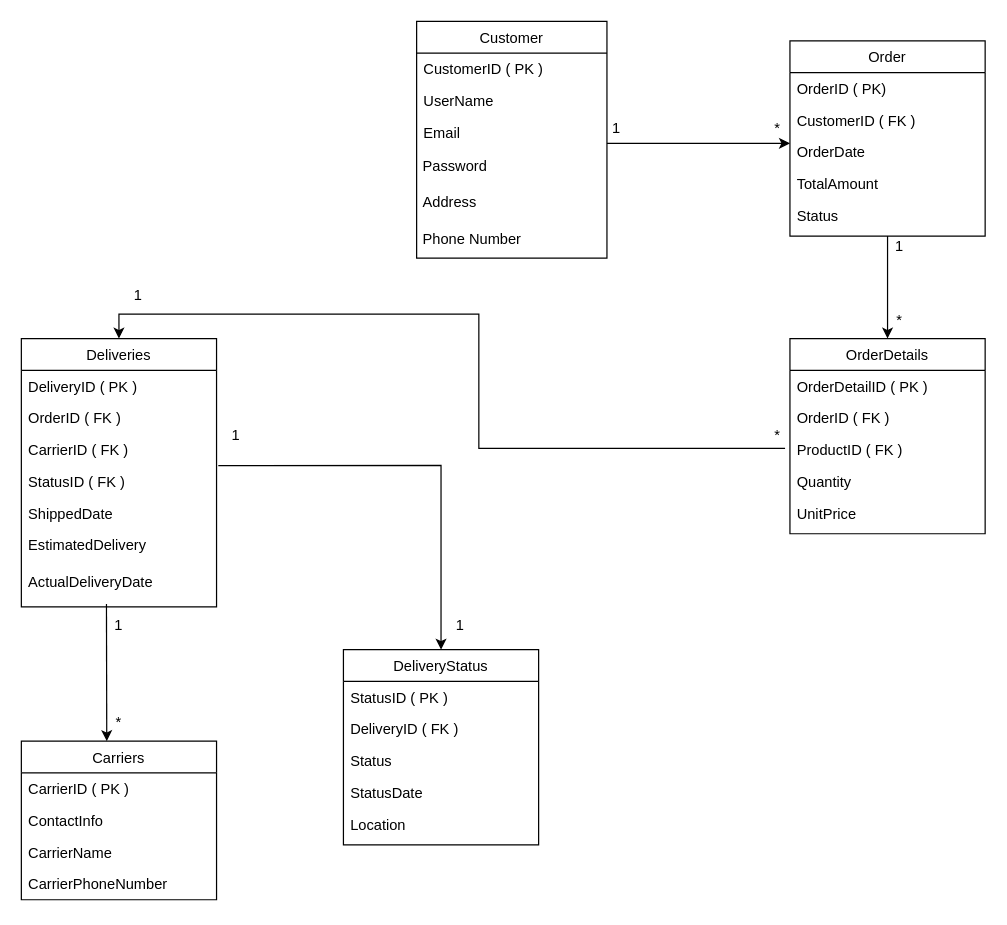
Before: Untitled Diagram.drawio in GodzillaAllen/wladoingflutterthings, a draw.io diagram. Source tidied: cells renumbered, new cells numbered last; positions are measured from the earlier drawing's top-left corner, leaving out a move shared by most shapes. Both pictures are drawn from the tidied source at 122%, with x=0, y=0 at pixel (21, 21).
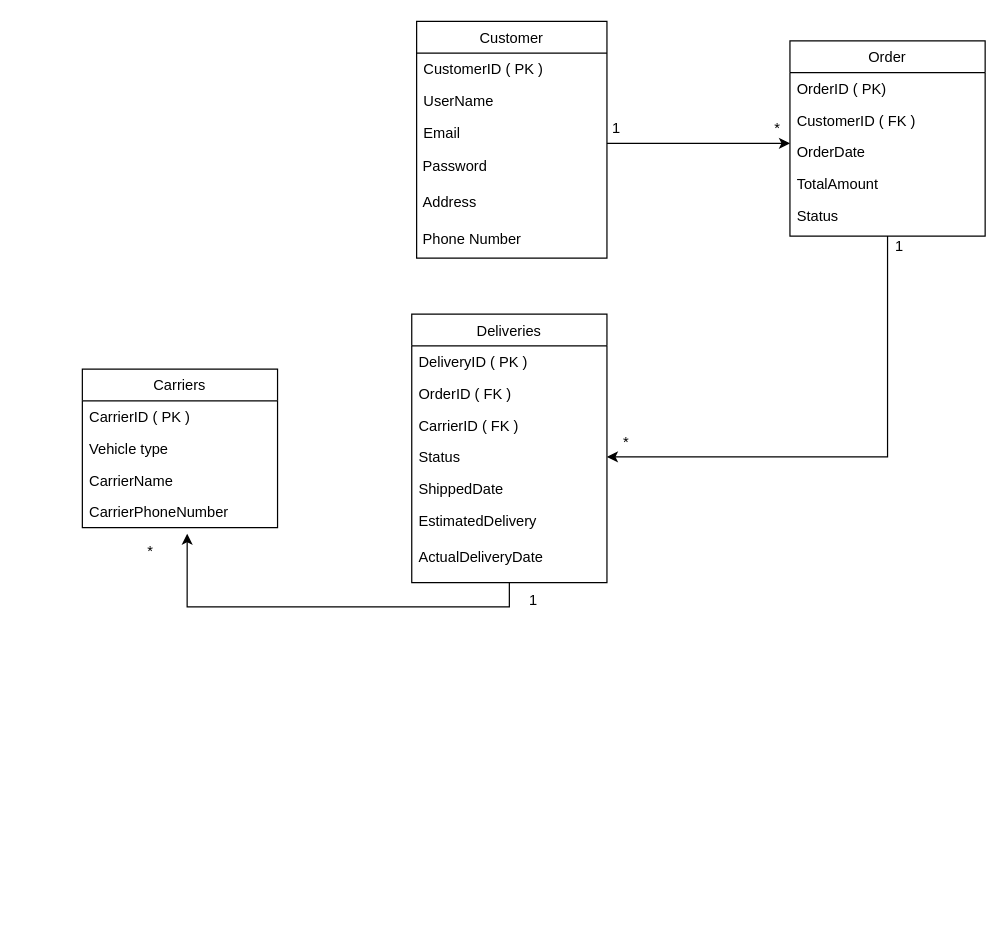
After the change.

The change refers to these unchanged cells:
```xml
<mxCell id="10" value="Order" style="swimlane;fontStyle=0;align=center;verticalAlign=top;horizontal=1;startSize=26;rounded=0;shadow=0;strokeWidth=1;" parent="1" vertex="1">
  <mxGeometry x="630" y="16" width="160" height="160" as="geometry" />
</mxCell>
<mxCell id="25" value="CarrierID ( FK )" style="text;align=left;verticalAlign=top;spacingLeft=4;spacingRight=4;overflow=hidden;points=[[0,0.5],[1,0.5]];portConstraint=eastwest;rounded=0;shadow=0;html=0;" parent="22" vertex="1">
  <mxGeometry y="78" width="160" height="26" as="geometry" />
</mxCell>
<mxCell id="29" value="ActualDeliveryDate" style="text;align=left;verticalAlign=top;spacingLeft=4;spacingRight=4;overflow=hidden;points=[[0,0.5],[1,0.5]];portConstraint=eastwest;rounded=0;shadow=0;html=0;" parent="22" vertex="1">
  <mxGeometry y="186" width="160" height="30" as="geometry" />
</mxCell>
<mxCell id="34" value="CarrierPhoneNumber" style="text;align=left;verticalAlign=top;spacingLeft=4;spacingRight=4;overflow=hidden;points=[[0,0.5],[1,0.5]];portConstraint=eastwest;rounded=0;shadow=0;html=0;" parent="30" vertex="1">
  <mxGeometry y="104" width="160" height="26" as="geometry" />
</mxCell>
```

The edit, as a diff of the source:
```diff
@@
-    <mxCell id="16" value="OrderDetails" style="swimlane;fontStyle=0;align=center;verticalAlign=top;horizontal=1;startSize=26;rounded=0;shadow=0;strokeWidth=1;" parent="1" vertex="1">
-      <mxGeometry x="630" y="260" width="160" height="160" as="geometry" />
-    </mxCell>
-    <mxCell id="17" value="OrderDetailID ( PK )" style="text;align=left;verticalAlign=top;spacingLeft=4;spacingRight=4;overflow=hidden;rounded=0;shadow=0;html=0;" parent="16" vertex="1">
-      <mxGeometry y="26" width="160" height="26" as="geometry" />
-    </mxCell>
-    <mxCell id="18" value="OrderID ( FK )" style="text;align=left;verticalAlign=top;spacingLeft=4;spacingRight=4;overflow=hidden;rounded=0;shadow=0;html=0;" parent="16" vertex="1">
-      <mxGeometry y="52" width="160" height="26" as="geometry" />
-    </mxCell>
-    <mxCell id="19" value="ProductID ( FK )" style="text;align=left;verticalAlign=top;spacingLeft=4;spacingRight=4;overflow=hidden;rounded=0;shadow=0;html=0;" parent="16" vertex="1">
-      <mxGeometry y="78" width="160" height="26" as="geometry" />
-    </mxCell>
-    <mxCell id="20" value="Quantity" style="text;align=left;verticalAlign=top;spacingLeft=4;spacingRight=4;overflow=hidden;rounded=0;shadow=0;html=0;" parent="16" vertex="1">
-      <mxGeometry y="104" width="160" height="26" as="geometry" />
-    </mxCell>
-    <mxCell id="21" value="UnitPrice" style="text;align=left;verticalAlign=top;spacingLeft=4;spacingRight=4;overflow=hidden;rounded=0;shadow=0;html=0;" parent="16" vertex="1">
-      <mxGeometry y="130" width="160" height="30" as="geometry" />
-    </mxCell>
     <mxCell id="22" value="Deliveries" style="swimlane;fontStyle=0;align=center;verticalAlign=top;horizontal=1;startSize=26;rounded=0;shadow=0;strokeWidth=1;" parent="1" vertex="1">
-      <mxGeometry y="260" width="160" height="220" as="geometry" />
+      <mxGeometry x="320" y="240" width="160" height="220" as="geometry" />
     </mxCell>
@@
-    <mxCell id="26" value="StatusID ( FK )" style="text;align=left;verticalAlign=top;spacingLeft=4;spacingRight=4;overflow=hidden;points=[[0,0.5],[1,0.5]];portConstraint=eastwest;rounded=0;shadow=0;html=0;" parent="22" vertex="1">
+    <mxCell id="26" value="Status" style="text;align=left;verticalAlign=top;spacingLeft=4;spacingRight=4;overflow=hidden;points=[[0,0.5],[1,0.5]];portConstraint=eastwest;rounded=0;shadow=0;html=0;" parent="22" vertex="1">
       <mxGeometry y="104" width="160" height="26" as="geometry" />
     </mxCell>
@@
     <mxCell id="30" value="Carriers" style="swimlane;fontStyle=0;align=center;verticalAlign=top;horizontal=1;startSize=26;rounded=0;shadow=0;strokeWidth=1;" parent="1" vertex="1">
-      <mxGeometry y="590" width="160" height="130" as="geometry" />
+      <mxGeometry x="50" y="285" width="160" height="130" as="geometry" />
     </mxCell>
@@
-    <mxCell id="32" value="ContactInfo" style="text;align=left;verticalAlign=top;spacingLeft=4;spacingRight=4;overflow=hidden;rounded=0;shadow=0;html=0;" parent="30" vertex="1">
+    <mxCell id="32" value="Vehicle type" style="text;align=left;verticalAlign=top;spacingLeft=4;spacingRight=4;overflow=hidden;rounded=0;shadow=0;html=0;" parent="30" vertex="1">
       <mxGeometry y="52" width="160" height="26" as="geometry" />
     </mxCell>
@@
-    <mxCell id="35" value="DeliveryStatus" style="swimlane;fontStyle=0;align=center;verticalAlign=top;horizontal=1;startSize=26;rounded=0;shadow=0;strokeWidth=1;" parent="1" vertex="1">
-      <mxGeometry x="264" y="515" width="160" height="160" as="geometry" />
-    </mxCell>
-    <mxCell id="36" value="StatusID ( PK )" style="text;align=left;verticalAlign=top;spacingLeft=4;spacingRight=4;overflow=hidden;rounded=0;shadow=0;html=0;" parent="35" vertex="1">
-      <mxGeometry y="26" width="160" height="26" as="geometry" />
-    </mxCell>
-    <mxCell id="37" value="DeliveryID ( FK )" style="text;align=left;verticalAlign=top;spacingLeft=4;spacingRight=4;overflow=hidden;rounded=0;shadow=0;html=0;" parent="35" vertex="1">
-      <mxGeometry y="52" width="160" height="26" as="geometry" />
-    </mxCell>
-    <mxCell id="38" value="Status" style="text;align=left;verticalAlign=top;spacingLeft=4;spacingRight=4;overflow=hidden;rounded=0;shadow=0;html=0;" parent="35" vertex="1">
-      <mxGeometry y="78" width="160" height="26" as="geometry" />
-    </mxCell>
-    <mxCell id="39" value="StatusDate" style="text;align=left;verticalAlign=top;spacingLeft=4;spacingRight=4;overflow=hidden;rounded=0;shadow=0;html=0;" parent="35" vertex="1">
-      <mxGeometry y="104" width="160" height="26" as="geometry" />
-    </mxCell>
-    <mxCell id="40" value="Location" style="text;align=left;verticalAlign=top;spacingLeft=4;spacingRight=4;overflow=hidden;rounded=0;shadow=0;html=0;" parent="35" vertex="1">
-      <mxGeometry y="130" width="160" height="30" as="geometry" />
-    </mxCell>
@@
-    <mxCell id="44" style="endArrow=classic;html=1;rounded=0;fontFamily=Helvetica;fontSize=12;fontColor=default;fontStyle=0;entryX=0.5;entryY=0;entryDx=0;entryDy=0;exitX=0.5;exitY=1;exitDx=0;exitDy=0;" parent="1" edge="1" source="10" target="16">
-      <mxGeometry relative="1" as="geometry" />
+    <mxCell id="44" style="endArrow=classic;html=1;rounded=0;fontFamily=Helvetica;fontSize=12;fontColor=default;fontStyle=0;entryX=1;entryY=0.5;entryDx=0;entryDy=0;exitX=0.5;exitY=1;exitDx=0;exitDy=0;" parent="1" edge="1" source="10" target="26">
+      <mxGeometry relative="1" as="geometry">
+        <Array as="points">
+          <mxPoint x="710" y="357" />
+        </Array>
+      </mxGeometry>
     </mxCell>
@@
-    <mxCell id="46" value="*" style="text;html=1;align=center;verticalAlign=middle;whiteSpace=wrap;rounded=0;fontFamily=Helvetica;fontSize=12;fontColor=default;fontStyle=0;" parent="1" vertex="1">
-      <mxGeometry x="690" y="230" width="60" height="30" as="geometry" />
-    </mxCell>
-    <mxCell id="47" style="edgeStyle=orthogonalEdgeStyle;rounded=0;jettySize=auto;html=1;exitX=0.6;exitY=0.833;exitDx=0;exitDy=0;entryX=0.5;entryY=0;entryDx=0;entryDy=0;fontFamily=Helvetica;fontSize=12;fontColor=default;fontStyle=0;exitPerimeter=0;" parent="1" edge="1" source="49" target="22">
-      <mxGeometry relative="1" as="geometry" />
-    </mxCell>
-    <mxCell id="48" value="1" style="text;html=1;align=center;verticalAlign=middle;whiteSpace=wrap;rounded=0;fontFamily=Helvetica;fontSize=12;fontColor=default;fontStyle=0;" parent="1" vertex="1">
-      <mxGeometry x="66" y="210" width="60" height="30" as="geometry" />
+    <mxCell id="48" value="*" style="text;html=1;align=center;verticalAlign=middle;whiteSpace=wrap;rounded=0;fontFamily=Helvetica;fontSize=12;fontColor=default;fontStyle=0;" parent="1" vertex="1">
+      <mxGeometry x="466" y="330" width="60" height="30" as="geometry" />
     </mxCell>
-    <mxCell id="49" value="*" style="text;html=1;align=center;verticalAlign=middle;whiteSpace=wrap;rounded=0;fontFamily=Helvetica;fontSize=12;fontColor=default;fontStyle=0;" parent="1" vertex="1">
-      <mxGeometry x="590" y="325" width="60" height="30" as="geometry" />
-    </mxCell>
-    <mxCell id="50" style="endArrow=classic;html=1;rounded=0;fontFamily=Helvetica;fontSize=12;fontColor=default;fontStyle=0;exitX=0.436;exitY=1.056;exitDx=0;exitDy=0;exitPerimeter=0;" parent="1" edge="1" source="29">
-      <mxGeometry relative="1" as="geometry">
-        <mxPoint x="70" y="590" as="targetPoint" />
-      </mxGeometry>
-    </mxCell>
-    <mxCell id="51" value="1" style="text;html=1;align=center;verticalAlign=middle;whiteSpace=wrap;rounded=0;fontFamily=Helvetica;fontSize=12;fontColor=default;fontStyle=0;" parent="1" vertex="1">
-      <mxGeometry x="50" y="480" width="60" height="30" as="geometry" />
+    <mxCell id="51" value="*" style="text;html=1;align=center;verticalAlign=middle;whiteSpace=wrap;rounded=0;fontFamily=Helvetica;fontSize=12;fontColor=default;fontStyle=0;" parent="1" vertex="1">
+      <mxGeometry x="76" y="420" width="60" height="30" as="geometry" />
     </mxCell>
-    <mxCell id="52" value="*" style="text;html=1;align=center;verticalAlign=middle;whiteSpace=wrap;rounded=0;fontFamily=Helvetica;fontSize=12;fontColor=default;fontStyle=0;" parent="1" vertex="1">
-      <mxGeometry x="50" y="560" width="60" height="30" as="geometry" />
+    <mxCell id="52" value="1" style="text;html=1;align=center;verticalAlign=middle;whiteSpace=wrap;rounded=0;fontFamily=Helvetica;fontSize=12;fontColor=default;fontStyle=0;" parent="1" vertex="1">
+      <mxGeometry x="390" y="460" width="60" height="30" as="geometry" />
     </mxCell>
-    <mxCell id="53" style="endArrow=classic;html=1;rounded=0;fontFamily=Helvetica;fontSize=12;fontColor=default;fontStyle=0;exitX=1.009;exitY=1.004;exitDx=0;exitDy=0;exitPerimeter=0;entryX=0.5;entryY=0;entryDx=0;entryDy=0;" parent="1" edge="1" source="25" target="35">
-      <mxGeometry relative="1" as="geometry">
-        <Array as="points">
-          <mxPoint x="344" y="364" />
-        </Array>
-      </mxGeometry>
-    </mxCell>
-    <mxCell id="54" value="1" style="text;html=1;align=center;verticalAlign=middle;whiteSpace=wrap;rounded=0;fontFamily=Helvetica;fontSize=12;fontColor=default;fontStyle=0;" parent="1" vertex="1">
-      <mxGeometry x="146" y="325" width="60" height="30" as="geometry" />
-    </mxCell>
-    <mxCell id="55" value="1" style="text;html=1;align=center;verticalAlign=middle;whiteSpace=wrap;rounded=0;fontFamily=Helvetica;fontSize=12;fontColor=default;fontStyle=0;" parent="1" vertex="1">
-      <mxGeometry x="330" y="480" width="60" height="30" as="geometry" />
-    </mxCell>
+    <mxCell id="56" style="edgeStyle=orthogonalEdgeStyle;rounded=0;jettySize=auto;html=1;exitX=0.5;exitY=1;exitDx=0;exitDy=0;entryX=0.537;entryY=1.192;entryDx=0;entryDy=0;entryPerimeter=0;fontFamily=Helvetica;fontSize=12;fontColor=default;fontStyle=0;" parent="1" edge="1" source="22" target="34">
+      <mxGeometry relative="1" as="geometry">
+        <Array as="points">
+          <mxPoint x="400" y="480" />
+          <mxPoint x="136" y="480" />
+        </Array>
+      </mxGeometry>
+    </mxCell>
```
